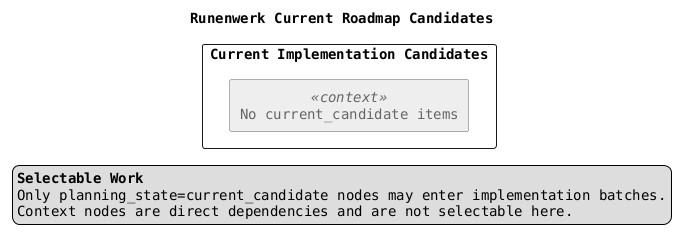
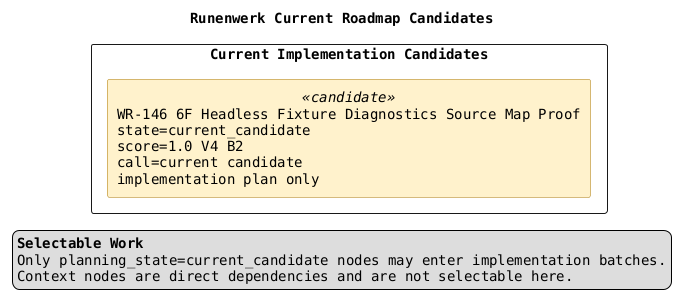
@startuml
title Runenwerk Current Roadmap Candidates

top to bottom direction
skinparam componentStyle rectangle
skinparam shadowing false
skinparam packageStyle rectangle
skinparam defaultFontName Monospaced

skinparam component {
  BackgroundColor<<candidate>> #FFF2CC
  BorderColor<<candidate>> #AA7700
  BackgroundColor<<context>> #EEEEEE
  BorderColor<<context>> #666666
  FontColor<<context>> #666666
}

legend right
  <b>Selectable Work</b>
  Only planning_state=current_candidate nodes may enter implementation batches.
  Context nodes are direct dependencies and are not selectable here.
endlegend

package "Current Implementation Candidates" {
-   component "No current_candidate items" as NO_CANDIDATES <<context>>
+   component "WR-146 6F Headless Fixture Diagnostics Source Map Proof\nstate=current_candidate\nscore=1.0 V4 B2\ncall=current candidate\nimplementation plan only" as WR146 <<candidate>>

}


@enduml
